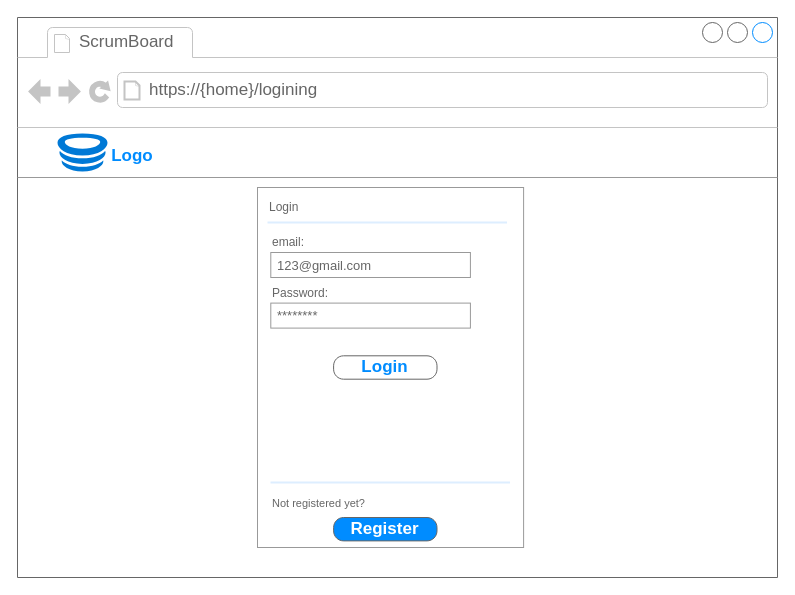
The draw.io diagram page "Mockup_Login_Page" (4 of 10) of Board_Use_Case_Diagramm.drawio in ololnovolol/ScrumBoardApp, before the edit. Source tidied: cells renumbered, new cells numbered last; positions are measured from the earlier drawing's top-left corner, leaving out a move shared by most shapes. Both pictures are drawn from the tidied source at 100%, with x=0, y=0 at pixel (17, 17).
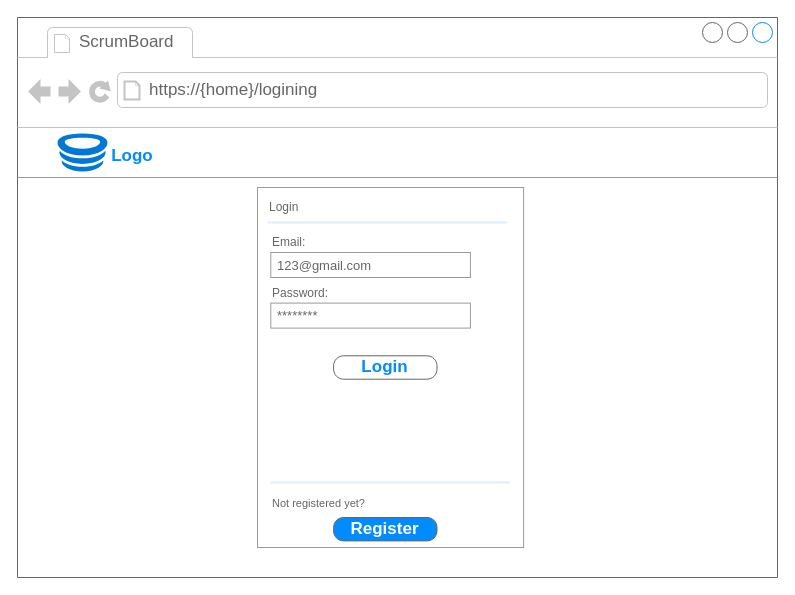
Above is the later version.

Unchanged cells that the change refers to:
```xml
<mxCell id="15" style="group;" parent="9" vertex="1">
  <mxGeometry x="13.3" y="45" width="199.6" height="50.6" as="geometry" />
</mxCell>
```

The edit, as a diff of the source:
```diff
@@
-    <mxCell id="16" value="email:" style="strokeWidth=1;shadow=0;dashed=0;align=center;html=1;shape=mxgraph.mockup.forms.anchor;fontSize=12;fontColor=#666666;align=left;spacingLeft=0;gradientColor=none;" parent="15" vertex="1">
+    <mxCell id="16" value="Email:" style="strokeWidth=1;shadow=0;dashed=0;align=center;html=1;shape=mxgraph.mockup.forms.anchor;fontSize=12;fontColor=#666666;align=left;spacingLeft=0;gradientColor=none;" parent="15" vertex="1">
       <mxGeometry width="133.07" height="20" relative="1" as="geometry" />
     </mxCell>
```
